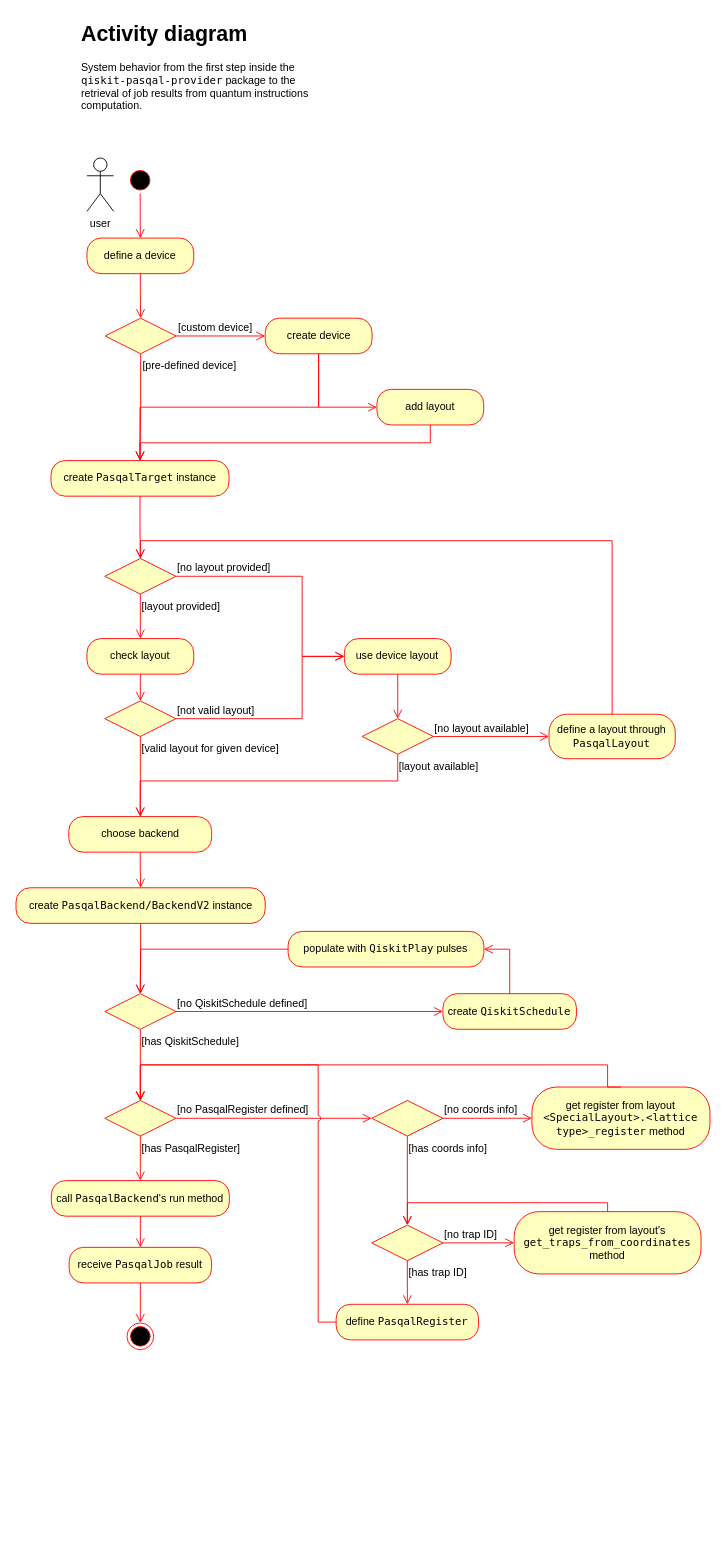
Before: page "activity diagram (core)" (3 of 3) of technical_diagrams/qiskit-pasqal-provider_diagrams.drawio in qiskit-community/qiskit-pasqal-provider, a draw.io diagram. Source tidied: cells renumbered, new cells numbered last; positions are measured from the earlier drawing's top-left corner, leaving out a move shared by most shapes. Both pictures are drawn from the tidied source at 89%, with x=0, y=0 at pixel (15, 15).
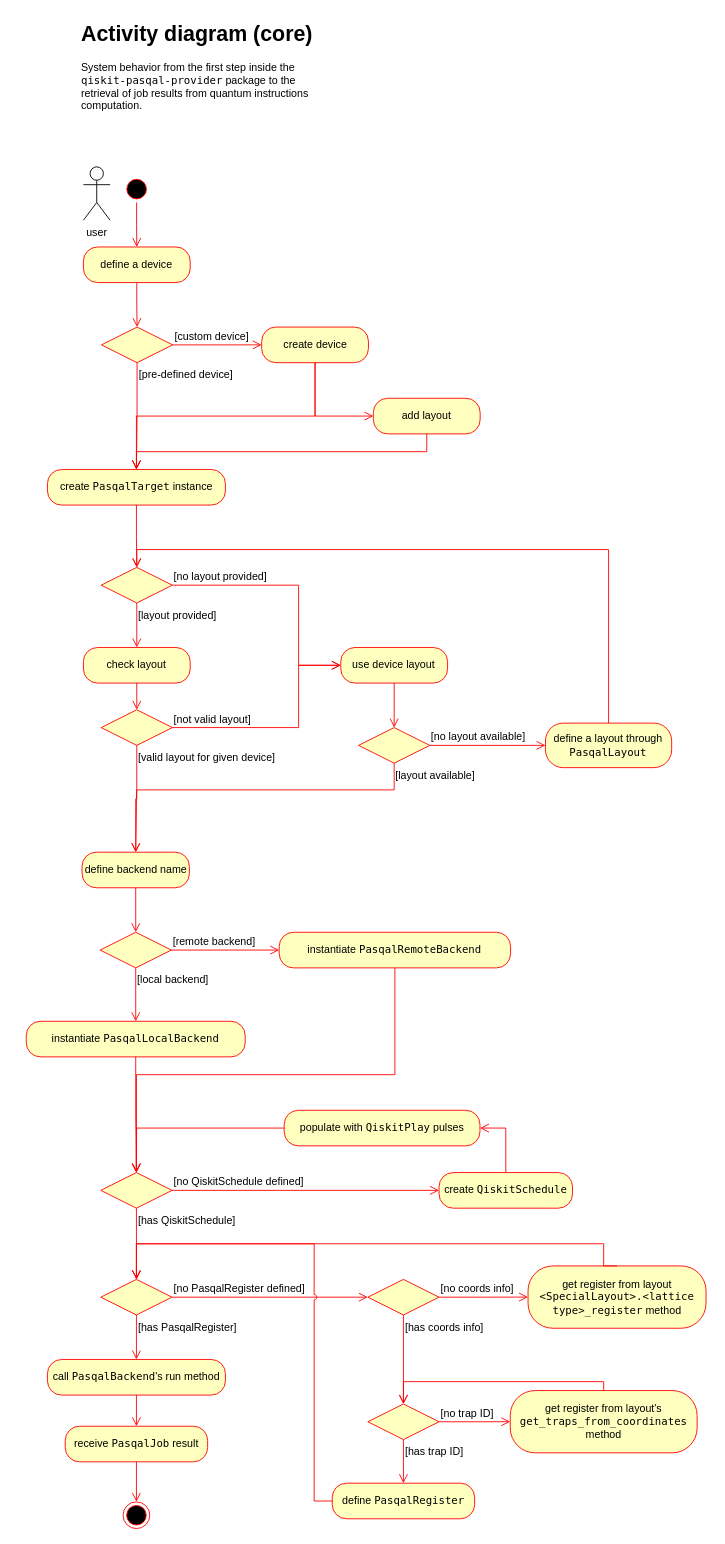
The same diagram, later.

What changed in the source:
```diff
@@
     <mxCell id="2" value="user" style="shape=umlActor;verticalLabelPosition=bottom;verticalAlign=top;html=1;strokeColor=default;align=center;fontFamily=Helvetica;fontSize=12;fontColor=default;fontStyle=0;fillColor=default;" parent="1" vertex="1">
-      <mxGeometry x="80.2" y="160" width="30" height="60" as="geometry" />
+      <mxGeometry x="76.2" y="170" width="30" height="60" as="geometry" />
     </mxCell>
     <mxCell id="3" style="ellipse;html=1;shape=startState;fillColor=#000000;strokeColor=#ff0000;align=center;verticalAlign=middle;fontFamily=Helvetica;fontSize=12;fontColor=default;fontStyle=0;" parent="1" vertex="1">
-      <mxGeometry x="125" y="170" width="30" height="30" as="geometry" />
+      <mxGeometry x="121" y="180" width="30" height="30" as="geometry" />
     </mxCell>
@@
     <mxCell id="5" style="rhombus;whiteSpace=wrap;html=1;fontColor=#000000;fillColor=#ffffc0;strokeColor=#ff0000;align=center;verticalAlign=middle;fontFamily=Helvetica;fontSize=12;fontStyle=0;" parent="1" vertex="1">
-      <mxGeometry x="100.2" y="1099" width="80" height="40" as="geometry" />
+      <mxGeometry x="95.8" y="1300" width="80" height="40" as="geometry" />
     </mxCell>
@@
     <mxCell id="8" value="call &lt;font face=&quot;Menlo&quot;&gt;PasqalBackend&lt;/font&gt;'s run method" style="rounded=1;whiteSpace=wrap;html=1;arcSize=40;fontColor=#000000;fillColor=#ffffc0;strokeColor=#ff0000;align=center;verticalAlign=middle;fontFamily=Helvetica;fontSize=12;fontStyle=0;" parent="1" vertex="1">
-      <mxGeometry x="40.2" y="1309" width="200" height="40" as="geometry" />
+      <mxGeometry x="35.8" y="1510" width="200" height="40" as="geometry" />
     </mxCell>
@@
     <mxCell id="10" style="rhombus;whiteSpace=wrap;html=1;fontColor=#000000;fillColor=#ffffc0;strokeColor=#ff0000;align=center;verticalAlign=middle;fontFamily=Helvetica;fontSize=12;fontStyle=0;" parent="1" vertex="1">
-      <mxGeometry x="100.2" y="1219" width="80" height="40" as="geometry" />
+      <mxGeometry x="95.8" y="1420" width="80" height="40" as="geometry" />
     </mxCell>
@@
     <mxCell id="13" value="create &lt;font face=&quot;Menlo&quot;&gt;QiskitSchedule&lt;/font&gt;" style="rounded=1;whiteSpace=wrap;html=1;arcSize=40;fontColor=#000000;fillColor=#ffffc0;strokeColor=#ff0000;align=center;verticalAlign=middle;fontFamily=Helvetica;fontSize=12;fontStyle=0;" parent="1" vertex="1">
-      <mxGeometry x="480.2" y="1099" width="150" height="40" as="geometry" />
+      <mxGeometry x="475.8" y="1300" width="150" height="40" as="geometry" />
     </mxCell>
@@
     <mxCell id="15" value="populate with &lt;font face=&quot;Menlo&quot;&gt;QiskitPlay&lt;/font&gt; pulses" style="rounded=1;whiteSpace=wrap;html=1;arcSize=40;fontColor=#000000;fillColor=#ffffc0;strokeColor=#ff0000;align=center;verticalAlign=middle;fontFamily=Helvetica;fontSize=12;fontStyle=0;" parent="1" vertex="1">
-      <mxGeometry x="306.2" y="1029" width="220" height="40" as="geometry" />
+      <mxGeometry x="301.8" y="1230" width="220" height="40" as="geometry" />
     </mxCell>
     <mxCell id="16" value="receive &lt;font face=&quot;Menlo&quot;&gt;PasqalJob&lt;/font&gt;&lt;font face=&quot;Helvetica&quot;&gt; &lt;/font&gt;&lt;font face=&quot;Helvetica&quot;&gt;result&lt;/font&gt;" style="rounded=1;whiteSpace=wrap;html=1;arcSize=40;fontColor=#000000;fillColor=#ffffc0;strokeColor=#ff0000;align=center;verticalAlign=middle;fontFamily=Helvetica;fontSize=12;fontStyle=0;" parent="1" vertex="1">
-      <mxGeometry x="60.2" y="1384" width="160" height="40" as="geometry" />
+      <mxGeometry x="55.8" y="1585" width="160" height="40" as="geometry" />
     </mxCell>
@@
     <mxCell id="18" style="ellipse;html=1;shape=endState;fillColor=#000000;strokeColor=#ff0000;align=center;verticalAlign=middle;fontFamily=Helvetica;fontSize=12;fontColor=default;fontStyle=0;" parent="1" vertex="1">
-      <mxGeometry x="125.2" y="1469" width="30" height="30" as="geometry" />
+      <mxGeometry x="120.8" y="1670" width="30" height="30" as="geometry" />
     </mxCell>
     <mxCell id="19" value="define &lt;font face=&quot;Menlo&quot;&gt;PasqalRegister&lt;/font&gt;" style="rounded=1;whiteSpace=wrap;html=1;arcSize=40;fontColor=#000000;fillColor=#ffffc0;strokeColor=#ff0000;align=center;verticalAlign=middle;fontFamily=Helvetica;fontSize=12;fontStyle=0;" parent="1" vertex="1">
-      <mxGeometry x="360.2" y="1448" width="160" height="40" as="geometry" />
+      <mxGeometry x="355.8" y="1649" width="160" height="40" as="geometry" />
     </mxCell>
     <mxCell id="20" style="edgeStyle=orthogonalEdgeStyle;html=1;verticalAlign=bottom;endArrow=open;endSize=8;strokeColor=#ff0000;rounded=0;fontFamily=Helvetica;fontSize=12;fontColor=default;fontStyle=0;exitX=0;exitY=0.5;exitDx=0;exitDy=0;jumpStyle=arc;entryX=0.5;entryY=0;entryDx=0;entryDy=0;" parent="1" edge="1" source="19" target="10">
       <mxGeometry relative="1" as="geometry">
         <Array as="points">
-          <mxPoint x="340" y="1468" />
-          <mxPoint x="340" y="1179" />
-          <mxPoint x="140" y="1179" />
+          <mxPoint x="335.5" y="1669" />
+          <mxPoint x="335.5" y="1380" />
+          <mxPoint x="135.5" y="1380" />
         </Array>
       </mxGeometry>
     </mxCell>
     <mxCell id="21" style="rhombus;whiteSpace=wrap;html=1;fontColor=#000000;fillColor=#ffffc0;strokeColor=#ff0000;align=center;verticalAlign=middle;fontFamily=Helvetica;fontSize=12;fontStyle=0;" parent="1" vertex="1">
-      <mxGeometry x="400.2" y="1219" width="80" height="40" as="geometry" />
+      <mxGeometry x="395.8" y="1420" width="80" height="40" as="geometry" />
     </mxCell>
@@
     <mxCell id="24" value="get register from layout &lt;font face=&quot;Menlo&quot;&gt;&amp;lt;SpecialLayout&amp;gt;.&amp;lt;lattice type&amp;gt;_register&lt;/font&gt; method" style="rounded=1;whiteSpace=wrap;html=1;arcSize=40;fontColor=#000000;fillColor=#ffffc0;strokeColor=#ff0000;align=center;verticalAlign=middle;fontFamily=Helvetica;fontSize=12;fontStyle=0;" parent="1" vertex="1">
-      <mxGeometry x="580.2" y="1203.9" width="200" height="70" as="geometry" />
+      <mxGeometry x="575.8" y="1404.9" width="200" height="70" as="geometry" />
     </mxCell>
     <mxCell id="25" style="edgeStyle=orthogonalEdgeStyle;html=1;verticalAlign=bottom;endArrow=open;endSize=8;strokeColor=#ff0000;rounded=0;fontFamily=Helvetica;fontSize=12;fontColor=default;fontStyle=0;exitX=0.5;exitY=0;exitDx=0;exitDy=0;entryX=0.5;entryY=0;entryDx=0;entryDy=0;" parent="1" edge="1" source="24" target="10">
       <mxGeometry relative="1" as="geometry">
         <Array as="points">
-          <mxPoint x="665.2" y="1179" />
-          <mxPoint x="140.2" y="1179" />
+          <mxPoint x="660.8" y="1380" />
+          <mxPoint x="135.8" y="1380" />
         </Array>
       </mxGeometry>
     </mxCell>
     <mxCell id="26" value="get register from layout's &lt;font face=&quot;Menlo&quot;&gt;get_traps_from_coordinates&lt;/font&gt; method" style="rounded=1;whiteSpace=wrap;html=1;arcSize=40;fontColor=#000000;fillColor=#ffffc0;strokeColor=#ff0000;align=center;verticalAlign=middle;fontFamily=Helvetica;fontSize=12;fontStyle=0;" parent="1" vertex="1">
-      <mxGeometry x="560.2" y="1343.9" width="210" height="70" as="geometry" />
+      <mxGeometry x="555.8" y="1544.9" width="210" height="70" as="geometry" />
     </mxCell>
     <mxCell id="27" style="rhombus;whiteSpace=wrap;html=1;fontColor=#000000;fillColor=#ffffc0;strokeColor=#ff0000;align=center;verticalAlign=middle;fontFamily=Helvetica;fontSize=12;fontStyle=0;" parent="1" vertex="1">
-      <mxGeometry x="400.2" y="1359" width="80" height="40" as="geometry" />
+      <mxGeometry x="395.8" y="1560" width="80" height="40" as="geometry" />
     </mxCell>
@@
     <mxCell id="30" value="define a device" style="rounded=1;whiteSpace=wrap;html=1;arcSize=40;fontColor=#000000;fillColor=#ffffc0;strokeColor=#ff0000;align=center;verticalAlign=middle;fontFamily=Helvetica;fontSize=12;fontStyle=0;" parent="1" vertex="1">
-      <mxGeometry x="80.2" y="250" width="120" height="40" as="geometry" />
+      <mxGeometry x="76.2" y="260" width="120" height="40" as="geometry" />
     </mxCell>
@@
     <mxCell id="32" value="create &lt;font face=&quot;Menlo&quot;&gt;PasqalTarget&lt;/font&gt; instance" style="rounded=1;whiteSpace=wrap;html=1;arcSize=40;fontColor=#000000;fillColor=#ffffc0;strokeColor=#ff0000;align=center;verticalAlign=middle;fontFamily=Helvetica;fontSize=12;fontStyle=0;" parent="1" vertex="1">
-      <mxGeometry x="39.8" y="500" width="200" height="40" as="geometry" />
+      <mxGeometry x="35.8" y="510" width="200" height="40" as="geometry" />
     </mxCell>
@@
     <mxCell id="34" style="rhombus;whiteSpace=wrap;html=1;fontColor=#000000;fillColor=#ffffc0;strokeColor=#ff0000;align=center;verticalAlign=middle;fontFamily=Helvetica;fontSize=12;fontStyle=0;" parent="1" vertex="1">
-      <mxGeometry x="100.2" y="610" width="80" height="40" as="geometry" />
+      <mxGeometry x="96.2" y="620" width="80" height="40" as="geometry" />
     </mxCell>
     <mxCell id="35" value="[no layout provided]" style="edgeStyle=orthogonalEdgeStyle;html=1;align=left;verticalAlign=bottom;endArrow=open;endSize=8;strokeColor=#ff0000;rounded=0;fontFamily=Helvetica;fontSize=12;fontColor=default;fontStyle=0;entryX=0;entryY=0.5;entryDx=0;entryDy=0;" parent="1" edge="1" source="34" target="37">
       <mxGeometry x="-1" relative="1" as="geometry">
         <Array as="points">
-          <mxPoint x="322" y="630" />
-          <mxPoint x="322" y="720" />
+          <mxPoint x="318" y="640" />
+          <mxPoint x="318" y="730" />
         </Array>
       </mxGeometry>
     </mxCell>
@@
     <mxCell id="37" value="use device layout" style="rounded=1;whiteSpace=wrap;html=1;arcSize=40;fontColor=#000000;fillColor=#ffffc0;strokeColor=#ff0000;align=center;verticalAlign=middle;fontFamily=Helvetica;fontSize=12;fontStyle=0;" parent="1" vertex="1">
-      <mxGeometry x="369.4" y="700" width="120" height="40" as="geometry" />
+      <mxGeometry x="365.4" y="710" width="120" height="40" as="geometry" />
     </mxCell>
@@
     <mxCell id="39" style="rhombus;whiteSpace=wrap;html=1;fontColor=#000000;fillColor=#ffffc0;strokeColor=#ff0000;align=center;verticalAlign=middle;fontFamily=Helvetica;fontSize=12;fontStyle=0;" parent="1" vertex="1">
-      <mxGeometry x="389.4" y="790" width="80" height="40" as="geometry" />
+      <mxGeometry x="385.4" y="800" width="80" height="40" as="geometry" />
     </mxCell>
@@
-    <mxCell id="41" value="[layout available]" style="edgeStyle=orthogonalEdgeStyle;html=1;align=left;verticalAlign=top;endArrow=open;endSize=8;strokeColor=#ff0000;rounded=0;fontFamily=Helvetica;fontSize=12;fontColor=default;fontStyle=0;entryX=0.5;entryY=0;entryDx=0;entryDy=0;exitX=0.5;exitY=1;exitDx=0;exitDy=0;" parent="1" edge="1" source="39" target="50">
+    <mxCell id="41" value="[layout available]" style="edgeStyle=orthogonalEdgeStyle;html=1;align=left;verticalAlign=top;endArrow=open;endSize=8;strokeColor=#ff0000;rounded=0;fontFamily=Helvetica;fontSize=12;fontColor=default;fontStyle=0;entryX=0.5;entryY=0;entryDx=0;entryDy=0;exitX=0.5;exitY=1;exitDx=0;exitDy=0;" parent="1" edge="1" source="39" target="71">
       <mxGeometry x="-1" relative="1" as="geometry">
         <Array as="points">
-          <mxPoint x="429" y="860" />
-          <mxPoint x="140" y="860" />
+          <mxPoint x="425" y="870" />
+          <mxPoint x="136" y="870" />
+          <mxPoint x="136" y="940" />
         </Array>
       </mxGeometry>
     </mxCell>
     <mxCell id="42" value="define a layout through &lt;font face=&quot;Menlo&quot;&gt;PasqalLayout&lt;/font&gt;" style="rounded=1;whiteSpace=wrap;html=1;arcSize=40;fontColor=#000000;fillColor=#ffffc0;strokeColor=#ff0000;align=center;verticalAlign=middle;fontFamily=Helvetica;fontSize=12;fontStyle=0;" parent="1" vertex="1">
-      <mxGeometry x="599.4" y="785" width="141.8" height="50" as="geometry" />
+      <mxGeometry x="595.4" y="795" width="141.8" height="50" as="geometry" />
     </mxCell>
     <mxCell id="43" style="edgeStyle=orthogonalEdgeStyle;html=1;verticalAlign=bottom;endArrow=open;endSize=8;strokeColor=#ff0000;rounded=0;fontFamily=Helvetica;fontSize=12;fontColor=default;fontStyle=0;entryX=0.5;entryY=0;entryDx=0;entryDy=0;exitX=0.5;exitY=0;exitDx=0;exitDy=0;" parent="1" edge="1" source="42" target="34">
       <mxGeometry relative="1" as="geometry">
         <Array as="points">
-          <mxPoint x="670" y="590" />
-          <mxPoint x="140" y="590" />
+          <mxPoint x="666" y="600" />
+          <mxPoint x="136" y="600" />
         </Array>
       </mxGeometry>
     </mxCell>
     <mxCell id="44" style="rhombus;whiteSpace=wrap;html=1;fontColor=#000000;fillColor=#ffffc0;strokeColor=#ff0000;align=center;verticalAlign=middle;fontFamily=Helvetica;fontSize=12;fontStyle=0;" parent="1" vertex="1">
-      <mxGeometry x="100.2" y="770" width="80" height="40" as="geometry" />
+      <mxGeometry x="96.2" y="780" width="80" height="40" as="geometry" />
     </mxCell>
     <mxCell id="45" value="[not valid layout]" style="edgeStyle=orthogonalEdgeStyle;html=1;align=left;verticalAlign=bottom;endArrow=open;endSize=8;strokeColor=#ff0000;rounded=0;fontFamily=Helvetica;fontSize=12;fontColor=default;fontStyle=0;entryX=0;entryY=0.5;entryDx=0;entryDy=0;" parent="1" edge="1" source="44" target="37">
       <mxGeometry x="-1" relative="1" as="geometry">
         <Array as="points">
-          <mxPoint x="322" y="790" />
-          <mxPoint x="322" y="720" />
+          <mxPoint x="318" y="800" />
+          <mxPoint x="318" y="730" />
         </Array>
       </mxGeometry>
     </mxCell>
-    <mxCell id="46" value="[valid layout for given device]" style="edgeStyle=orthogonalEdgeStyle;html=1;align=left;verticalAlign=top;endArrow=open;endSize=8;strokeColor=#ff0000;rounded=0;fontFamily=Helvetica;fontSize=12;fontColor=default;fontStyle=0;entryX=0.5;entryY=0;entryDx=0;entryDy=0;" parent="1" edge="1" source="44" target="50">
+    <mxCell id="46" value="[valid layout for given device]" style="edgeStyle=orthogonalEdgeStyle;html=1;align=left;verticalAlign=top;endArrow=open;endSize=8;strokeColor=#ff0000;rounded=0;fontFamily=Helvetica;fontSize=12;fontColor=default;fontStyle=0;entryX=0.5;entryY=0;entryDx=0;entryDy=0;" parent="1" edge="1" source="44" target="71">
       <mxGeometry x="-1" relative="1" as="geometry" />
     </mxCell>
     <mxCell id="47" value="check layout" style="rounded=1;whiteSpace=wrap;html=1;arcSize=40;fontColor=#000000;fillColor=#ffffc0;strokeColor=#ff0000;align=center;verticalAlign=middle;fontFamily=Helvetica;fontSize=12;fontStyle=0;" parent="1" vertex="1">
-      <mxGeometry x="80.2" y="700" width="120" height="40" as="geometry" />
+      <mxGeometry x="76.2" y="710" width="120" height="40" as="geometry" />
     </mxCell>
@@
-    <mxCell id="50" value="choose backend" style="rounded=1;whiteSpace=wrap;html=1;arcSize=40;fontColor=#000000;fillColor=#ffffc0;strokeColor=#ff0000;align=center;verticalAlign=middle;fontFamily=Helvetica;fontSize=12;fontStyle=0;" parent="1" vertex="1">
-      <mxGeometry x="59.8" y="900" width="160.5" height="40" as="geometry" />
-    </mxCell>
-    <mxCell id="51" style="edgeStyle=orthogonalEdgeStyle;html=1;verticalAlign=bottom;endArrow=open;endSize=8;strokeColor=#ff0000;rounded=0;fontFamily=Helvetica;fontSize=12;fontColor=default;fontStyle=0;entryX=0.5;entryY=0;entryDx=0;entryDy=0;" parent="1" edge="1" source="50" target="52">
-      <mxGeometry relative="1" as="geometry" />
-    </mxCell>
-    <mxCell id="52" value="create &lt;font face=&quot;Menlo&quot;&gt;PasqalBackend/BackendV2&lt;/font&gt; instance" style="rounded=1;whiteSpace=wrap;html=1;arcSize=40;fontColor=#000000;fillColor=#ffffc0;strokeColor=#ff0000;align=center;verticalAlign=middle;fontFamily=Helvetica;fontSize=12;fontStyle=0;" parent="1" vertex="1">
-      <mxGeometry x="0.5" y="980" width="280" height="40" as="geometry" />
-    </mxCell>
-    <mxCell id="53" style="edgeStyle=orthogonalEdgeStyle;html=1;verticalAlign=bottom;endArrow=open;endSize=8;strokeColor=#ff0000;rounded=0;fontFamily=Helvetica;fontSize=12;fontColor=default;fontStyle=0;exitX=0.5;exitY=1;exitDx=0;exitDy=0;entryX=0.5;entryY=0;entryDx=0;entryDy=0;" parent="1" edge="1" source="52" target="5">
-      <mxGeometry relative="1" as="geometry" />
-    </mxCell>
     <mxCell id="54" style="edgeStyle=orthogonalEdgeStyle;html=1;verticalAlign=bottom;endArrow=open;endSize=8;strokeColor=#ff0000;rounded=0;fontFamily=Helvetica;fontSize=12;fontColor=default;fontStyle=0;exitX=0;exitY=0.5;exitDx=0;exitDy=0;" parent="1" edge="1" source="15">
       <mxGeometry relative="1" as="geometry">
-        <mxPoint x="140" y="1099" as="targetPoint" />
+        <mxPoint x="135.5" y="1300" as="targetPoint" />
       </mxGeometry>
     </mxCell>
     <mxCell id="55" style="rhombus;whiteSpace=wrap;html=1;fontColor=#000000;fillColor=#ffffc0;strokeColor=#ff0000;align=center;verticalAlign=middle;fontFamily=Helvetica;fontSize=12;fontStyle=0;" parent="1" vertex="1">
-      <mxGeometry x="100.5" y="340" width="80" height="40" as="geometry" />
+      <mxGeometry x="96.5" y="350" width="80" height="40" as="geometry" />
     </mxCell>
@@
     <mxCell id="58" value="create device" style="rounded=1;whiteSpace=wrap;html=1;arcSize=40;fontColor=#000000;fillColor=#ffffc0;strokeColor=#ff0000;align=center;verticalAlign=middle;fontFamily=Helvetica;fontSize=12;fontStyle=0;" parent="1" vertex="1">
-      <mxGeometry x="280.5" y="340" width="120" height="40" as="geometry" />
+      <mxGeometry x="276.5" y="350" width="120" height="40" as="geometry" />
     </mxCell>
@@
     <mxCell id="60" value="add layout" style="rounded=1;whiteSpace=wrap;html=1;arcSize=40;fontColor=#000000;fillColor=#ffffc0;strokeColor=#ff0000;align=center;verticalAlign=middle;fontFamily=Helvetica;fontSize=12;fontStyle=0;" parent="1" vertex="1">
-      <mxGeometry x="406" y="420" width="120" height="40" as="geometry" />
+      <mxGeometry x="402" y="430" width="120" height="40" as="geometry" />
     </mxCell>
@@
-    <mxCell id="63" value="&lt;h1 style=&quot;margin-top: 0px;&quot;&gt;Activity diagram&lt;/h1&gt;&lt;p&gt;System behavior from the first step inside the &lt;font face=&quot;Menlo&quot;&gt;qiskit-pasqal-provider&lt;/font&gt; package to the retrieval of job results from quantum instructions computation.&lt;/p&gt;" style="text;html=1;whiteSpace=wrap;overflow=hidden;rounded=0;fontFamily=Helvetica;fontSize=12;fontColor=default;fontStyle=0;" parent="1" vertex="1">
-      <mxGeometry x="72" width="260" height="140" as="geometry" />
+    <mxCell id="63" value="&lt;h1 style=&quot;margin-top: 0px;&quot;&gt;Activity diagram (core)&lt;/h1&gt;&lt;p&gt;System behavior from the first step inside the &lt;font face=&quot;Menlo&quot;&gt;qiskit-pasqal-provider&lt;/font&gt; package to the retrieval of job results from quantum instructions computation.&lt;/p&gt;" style="text;html=1;whiteSpace=wrap;overflow=hidden;rounded=0;fontFamily=Helvetica;fontSize=12;fontColor=default;fontStyle=0;" parent="1" vertex="1">
+      <mxGeometry x="72" width="280" height="140" as="geometry" />
     </mxCell>
+    <mxCell id="64" style="rhombus;whiteSpace=wrap;html=1;fontColor=#000000;fillColor=#ffffc0;strokeColor=#ff0000;align=center;verticalAlign=middle;fontFamily=Helvetica;fontSize=12;fontStyle=0;" parent="1" vertex="1">
+      <mxGeometry x="95" y="1030" width="80" height="40" as="geometry" />
+    </mxCell>
+    <mxCell id="65" value="[remote backend]" style="edgeStyle=orthogonalEdgeStyle;html=1;align=left;verticalAlign=bottom;endArrow=open;endSize=8;strokeColor=#ff0000;rounded=0;fontFamily=Helvetica;fontSize=12;fontColor=default;fontStyle=0;entryX=0;entryY=0.5;entryDx=0;entryDy=0;" parent="1" edge="1" source="64" target="67">
+      <mxGeometry x="-1" relative="1" as="geometry" />
+    </mxCell>
+    <mxCell id="66" value="[local backend]" style="edgeStyle=orthogonalEdgeStyle;html=1;align=left;verticalAlign=top;endArrow=open;endSize=8;strokeColor=#ff0000;rounded=0;fontFamily=Helvetica;fontSize=12;fontColor=default;fontStyle=0;entryX=0.5;entryY=0;entryDx=0;entryDy=0;" parent="1" edge="1" source="64" target="69">
+      <mxGeometry x="-1" relative="1" as="geometry" />
+    </mxCell>
+    <mxCell id="67" value="instantiate&amp;nbsp;&lt;font face=&quot;Menlo&quot;&gt;PasqalRemoteBackend&lt;/font&gt;" style="rounded=1;whiteSpace=wrap;html=1;arcSize=40;fontColor=#000000;fillColor=#ffffc0;strokeColor=#ff0000;align=center;verticalAlign=middle;fontFamily=Helvetica;fontSize=12;fontStyle=0;" parent="1" vertex="1">
+      <mxGeometry x="296.2" y="1030" width="260" height="40" as="geometry" />
+    </mxCell>
+    <mxCell id="68" style="edgeStyle=orthogonalEdgeStyle;html=1;verticalAlign=bottom;endArrow=open;endSize=8;strokeColor=#ff0000;rounded=0;fontFamily=Helvetica;fontSize=12;fontColor=default;fontStyle=0;entryX=0.5;entryY=0;entryDx=0;entryDy=0;" parent="1" edge="1" source="67" target="5">
+      <mxGeometry relative="1" as="geometry">
+        <Array as="points">
+          <mxPoint x="426" y="1190" />
+          <mxPoint x="136" y="1190" />
+        </Array>
+      </mxGeometry>
+    </mxCell>
+    <mxCell id="69" value="instantiate &lt;font face=&quot;Menlo&quot;&gt;PasqalLocalBackend&lt;/font&gt;" style="rounded=1;whiteSpace=wrap;html=1;arcSize=40;fontColor=#000000;fillColor=#ffffc0;strokeColor=#ff0000;align=center;verticalAlign=middle;fontFamily=Helvetica;fontSize=12;fontStyle=0;" parent="1" vertex="1">
+      <mxGeometry x="12" y="1130" width="246" height="40" as="geometry" />
+    </mxCell>
+    <mxCell id="70" style="edgeStyle=orthogonalEdgeStyle;html=1;verticalAlign=bottom;endArrow=open;endSize=8;strokeColor=#ff0000;rounded=0;fontFamily=Helvetica;fontSize=12;fontColor=default;fontStyle=0;entryX=0.5;entryY=0;entryDx=0;entryDy=0;" parent="1" edge="1" source="69" target="5">
+      <mxGeometry relative="1" as="geometry" />
+    </mxCell>
+    <mxCell id="71" value="define backend name" style="rounded=1;whiteSpace=wrap;html=1;arcSize=40;fontColor=#000000;fillColor=#ffffc0;strokeColor=#ff0000;align=center;verticalAlign=middle;fontFamily=Helvetica;fontSize=12;fontStyle=0;" parent="1" vertex="1">
+      <mxGeometry x="74.7" y="940" width="120.6" height="40" as="geometry" />
+    </mxCell>
+    <mxCell id="72" style="edgeStyle=orthogonalEdgeStyle;html=1;verticalAlign=bottom;endArrow=open;endSize=8;strokeColor=#ff0000;rounded=0;fontFamily=Helvetica;fontSize=12;fontColor=default;fontStyle=0;entryX=0.5;entryY=0;entryDx=0;entryDy=0;" parent="1" edge="1" source="71" target="64">
+      <mxGeometry relative="1" as="geometry" />
+    </mxCell>
```
